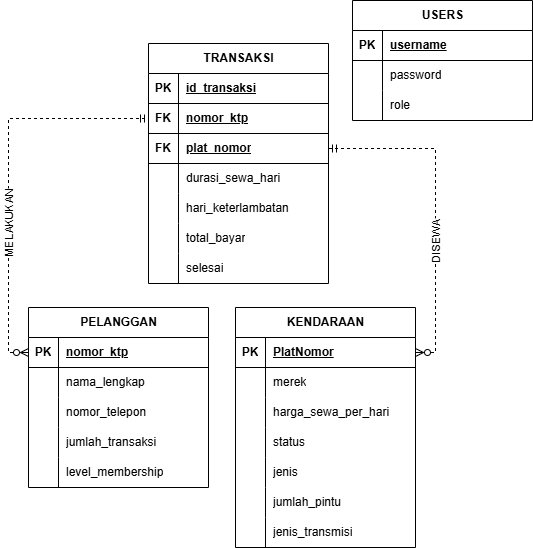
Earlier version of the draw.io export docs/erd/ERD_Tubes_PBO-ERD Logical.drawio.png (Axcelion017/TubesPBO_Kelompok1). Source tidied: cells renumbered, new cells last; positions are measured from the earlier drawing's top-left corner, leaving out a move shared by most shapes. Source of this version:
```xml
<mxGraphModel>
  <root>
    <mxCell id="0" />
    <mxCell id="1" parent="0" />
    <mxCell id="2" value="PELANGGAN" style="shape=table;startSize=30;rowLines=0;fontStyle=1;align=center;html=1;" parent="1" vertex="1">
      <mxGeometry y="307" width="180" height="180" as="geometry" />
    </mxCell>
    <mxCell id="3" style="shape=tableRow;horizontal=0;startSize=0;swimlaneHead=0;swimlaneBody=0;fillColor=none;points=[[0,0.5],[1,0.5]];portConstraint=eastwest;top=0;left=0;right=0;bottom=1;" parent="2" vertex="1">
      <mxGeometry y="30" width="180" height="30" as="geometry" />
    </mxCell>
    <mxCell id="4" value="PK" style="shape=partialRectangle;fillColor=none;top=0;left=0;bottom=0;right=0;fontStyle=1;overflow=hidden;whiteSpace=wrap;html=1;" parent="3" vertex="1">
      <mxGeometry width="30" height="30" as="geometry" />
    </mxCell>
    <mxCell id="5" value="nomor_ktp" style="shape=partialRectangle;fillColor=none;top=0;left=0;bottom=0;right=0;align=left;spacingLeft=6;fontStyle=5;overflow=hidden;whiteSpace=wrap;html=1;" parent="3" vertex="1">
      <mxGeometry x="30" width="150" height="30" as="geometry" />
    </mxCell>
    <mxCell id="6" style="shape=tableRow;horizontal=0;startSize=0;swimlaneHead=0;swimlaneBody=0;fillColor=none;top=0;left=0;right=0;bottom=0;" parent="2" vertex="1">
      <mxGeometry y="60" width="180" height="30" as="geometry" />
    </mxCell>
    <mxCell id="7" style="shape=partialRectangle;fillColor=none;top=0;left=0;bottom=0;right=0;overflow=hidden;whiteSpace=wrap;html=1;" parent="6" vertex="1">
      <mxGeometry width="30" height="30" as="geometry" />
    </mxCell>
    <mxCell id="8" value="nama_lengkap" style="shape=partialRectangle;fillColor=none;top=0;left=0;bottom=0;right=0;align=left;spacingLeft=6;overflow=hidden;whiteSpace=wrap;html=1;" parent="6" vertex="1">
      <mxGeometry x="30" width="150" height="30" as="geometry" />
    </mxCell>
    <mxCell id="9" style="shape=tableRow;horizontal=0;startSize=0;swimlaneHead=0;swimlaneBody=0;fillColor=none;top=0;left=0;right=0;bottom=0;" parent="2" vertex="1">
      <mxGeometry y="90" width="180" height="30" as="geometry" />
    </mxCell>
    <mxCell id="10" style="shape=partialRectangle;fillColor=none;top=0;left=0;bottom=0;right=0;overflow=hidden;whiteSpace=wrap;html=1;" parent="9" vertex="1">
      <mxGeometry width="30" height="30" as="geometry" />
    </mxCell>
    <mxCell id="11" value="nomor_telepon" style="shape=partialRectangle;fillColor=none;top=0;left=0;bottom=0;right=0;align=left;spacingLeft=6;overflow=hidden;whiteSpace=wrap;html=1;" parent="9" vertex="1">
      <mxGeometry x="30" width="150" height="30" as="geometry" />
    </mxCell>
    <mxCell id="12" style="shape=tableRow;horizontal=0;startSize=0;swimlaneHead=0;swimlaneBody=0;fillColor=none;top=0;left=0;right=0;bottom=0;" parent="2" vertex="1">
      <mxGeometry y="120" width="180" height="30" as="geometry" />
    </mxCell>
    <mxCell id="13" style="shape=partialRectangle;fillColor=none;top=0;left=0;bottom=0;right=0;overflow=hidden;whiteSpace=wrap;html=1;" parent="12" vertex="1">
      <mxGeometry width="30" height="30" as="geometry" />
    </mxCell>
    <mxCell id="14" value="jumlah_transaksi" style="shape=partialRectangle;fillColor=none;top=0;left=0;bottom=0;right=0;align=left;spacingLeft=6;overflow=hidden;whiteSpace=wrap;html=1;" parent="12" vertex="1">
      <mxGeometry x="30" width="150" height="30" as="geometry" />
    </mxCell>
    <mxCell id="15" style="shape=tableRow;horizontal=0;startSize=0;swimlaneHead=0;swimlaneBody=0;fillColor=none;top=0;left=0;right=0;bottom=0;" parent="2" vertex="1">
      <mxGeometry y="150" width="180" height="30" as="geometry" />
    </mxCell>
    <mxCell id="16" style="shape=partialRectangle;fillColor=none;top=0;left=0;bottom=0;right=0;overflow=hidden;whiteSpace=wrap;html=1;" parent="15" vertex="1">
      <mxGeometry width="30" height="30" as="geometry" />
    </mxCell>
    <mxCell id="17" value="level_membership" style="shape=partialRectangle;fillColor=none;top=0;left=0;bottom=0;right=0;align=left;spacingLeft=6;overflow=hidden;whiteSpace=wrap;html=1;" parent="15" vertex="1">
      <mxGeometry x="30" width="150" height="30" as="geometry" />
    </mxCell>
    <mxCell id="18" value="USERS" style="shape=table;startSize=30;rowLines=0;fontStyle=1;align=center;html=1;" parent="1" vertex="1">
      <mxGeometry x="324" width="180" height="120" as="geometry" />
    </mxCell>
    <mxCell id="19" style="shape=tableRow;horizontal=0;startSize=0;swimlaneHead=0;swimlaneBody=0;fillColor=none;top=0;left=0;right=0;bottom=1;" parent="18" vertex="1">
      <mxGeometry y="30" width="180" height="30" as="geometry" />
    </mxCell>
    <mxCell id="20" value="PK" style="shape=partialRectangle;fillColor=none;top=0;left=0;bottom=0;right=0;fontStyle=1;overflow=hidden;whiteSpace=wrap;html=1;" parent="19" vertex="1">
      <mxGeometry width="30" height="30" as="geometry" />
    </mxCell>
    <mxCell id="21" value="username" style="shape=partialRectangle;fillColor=none;top=0;left=0;bottom=0;right=0;align=left;spacingLeft=6;fontStyle=5;overflow=hidden;whiteSpace=wrap;html=1;" parent="19" vertex="1">
      <mxGeometry x="30" width="150" height="30" as="geometry" />
    </mxCell>
    <mxCell id="22" style="shape=tableRow;horizontal=0;startSize=0;swimlaneHead=0;swimlaneBody=0;fillColor=none;top=0;left=0;right=0;bottom=0;" parent="18" vertex="1">
      <mxGeometry y="60" width="180" height="30" as="geometry" />
    </mxCell>
    <mxCell id="23" style="shape=partialRectangle;fillColor=none;top=0;left=0;bottom=0;right=0;overflow=hidden;whiteSpace=wrap;html=1;" parent="22" vertex="1">
      <mxGeometry width="30" height="30" as="geometry" />
    </mxCell>
    <mxCell id="24" value="password" style="shape=partialRectangle;fillColor=none;top=0;left=0;bottom=0;right=0;align=left;spacingLeft=6;overflow=hidden;whiteSpace=wrap;html=1;" parent="22" vertex="1">
      <mxGeometry x="30" width="150" height="30" as="geometry" />
    </mxCell>
    <mxCell id="25" style="shape=tableRow;horizontal=0;startSize=0;swimlaneHead=0;swimlaneBody=0;fillColor=none;top=0;left=0;right=0;bottom=0;" parent="18" vertex="1">
      <mxGeometry y="90" width="180" height="30" as="geometry" />
    </mxCell>
    <mxCell id="26" style="shape=partialRectangle;fillColor=none;top=0;left=0;bottom=0;right=0;overflow=hidden;whiteSpace=wrap;html=1;" parent="25" vertex="1">
      <mxGeometry width="30" height="30" as="geometry" />
    </mxCell>
    <mxCell id="27" value="role" style="shape=partialRectangle;fillColor=none;top=0;left=0;bottom=0;right=0;align=left;spacingLeft=6;overflow=hidden;whiteSpace=wrap;html=1;" parent="25" vertex="1">
      <mxGeometry x="30" width="150" height="30" as="geometry" />
    </mxCell>
    <mxCell id="28" value="KENDARAAN" style="shape=table;startSize=30;rowLines=0;fontStyle=1;align=center;html=1;" parent="1" vertex="1">
      <mxGeometry x="207" y="307" width="180" height="240" as="geometry" />
    </mxCell>
    <mxCell id="29" style="shape=tableRow;horizontal=0;startSize=0;swimlaneHead=0;swimlaneBody=0;fillColor=none;points=[[0,0.5],[1,0.5]];portConstraint=eastwest;top=0;left=0;right=0;bottom=1;" parent="28" vertex="1">
      <mxGeometry y="30" width="180" height="30" as="geometry" />
    </mxCell>
    <mxCell id="30" value="PK" style="shape=partialRectangle;fillColor=none;top=0;left=0;bottom=0;right=0;fontStyle=1;overflow=hidden;whiteSpace=wrap;html=1;" parent="29" vertex="1">
      <mxGeometry width="30" height="30" as="geometry" />
    </mxCell>
    <mxCell id="31" value="PlatNomor" style="shape=partialRectangle;fillColor=none;top=0;left=0;bottom=0;right=0;align=left;spacingLeft=6;fontStyle=5;overflow=hidden;whiteSpace=wrap;html=1;" parent="29" vertex="1">
      <mxGeometry x="30" width="150" height="30" as="geometry" />
    </mxCell>
    <mxCell id="32" style="shape=tableRow;horizontal=0;startSize=0;swimlaneHead=0;swimlaneBody=0;fillColor=none;top=0;left=0;right=0;bottom=0;" parent="28" vertex="1">
      <mxGeometry y="60" width="180" height="30" as="geometry" />
    </mxCell>
    <mxCell id="33" style="shape=partialRectangle;fillColor=none;top=0;left=0;bottom=0;right=0;overflow=hidden;whiteSpace=wrap;html=1;" parent="32" vertex="1">
      <mxGeometry width="30" height="30" as="geometry" />
    </mxCell>
    <mxCell id="34" value="merek" style="shape=partialRectangle;fillColor=none;top=0;left=0;bottom=0;right=0;align=left;spacingLeft=6;overflow=hidden;whiteSpace=wrap;html=1;" parent="32" vertex="1">
      <mxGeometry x="30" width="150" height="30" as="geometry" />
    </mxCell>
    <mxCell id="35" style="shape=tableRow;horizontal=0;startSize=0;swimlaneHead=0;swimlaneBody=0;fillColor=none;top=0;left=0;right=0;bottom=0;" parent="28" vertex="1">
      <mxGeometry y="90" width="180" height="30" as="geometry" />
    </mxCell>
    <mxCell id="36" style="shape=partialRectangle;fillColor=none;top=0;left=0;bottom=0;right=0;overflow=hidden;whiteSpace=wrap;html=1;" parent="35" vertex="1">
      <mxGeometry width="30" height="30" as="geometry" />
    </mxCell>
    <mxCell id="37" value="harga_sewa_per_hari" style="shape=partialRectangle;fillColor=none;top=0;left=0;bottom=0;right=0;align=left;spacingLeft=6;overflow=hidden;whiteSpace=wrap;html=1;" parent="35" vertex="1">
      <mxGeometry x="30" width="150" height="30" as="geometry" />
    </mxCell>
    <mxCell id="38" style="shape=tableRow;horizontal=0;startSize=0;swimlaneHead=0;swimlaneBody=0;fillColor=none;top=0;left=0;right=0;bottom=0;" parent="28" vertex="1">
      <mxGeometry y="120" width="180" height="30" as="geometry" />
    </mxCell>
    <mxCell id="39" style="shape=partialRectangle;fillColor=none;top=0;left=0;bottom=0;right=0;overflow=hidden;whiteSpace=wrap;html=1;" parent="38" vertex="1">
      <mxGeometry width="30" height="30" as="geometry" />
    </mxCell>
    <mxCell id="40" value="status" style="shape=partialRectangle;fillColor=none;top=0;left=0;bottom=0;right=0;align=left;spacingLeft=6;overflow=hidden;whiteSpace=wrap;html=1;" parent="38" vertex="1">
      <mxGeometry x="30" width="150" height="30" as="geometry" />
    </mxCell>
    <mxCell id="41" style="shape=tableRow;horizontal=0;startSize=0;swimlaneHead=0;swimlaneBody=0;fillColor=none;top=0;left=0;right=0;bottom=0;" parent="28" vertex="1">
      <mxGeometry y="150" width="180" height="30" as="geometry" />
    </mxCell>
    <mxCell id="42" style="shape=partialRectangle;fillColor=none;top=0;left=0;bottom=0;right=0;overflow=hidden;whiteSpace=wrap;html=1;" parent="41" vertex="1">
      <mxGeometry width="30" height="30" as="geometry" />
    </mxCell>
    <mxCell id="43" value="jenis" style="shape=partialRectangle;fillColor=none;top=0;left=0;bottom=0;right=0;align=left;spacingLeft=6;overflow=hidden;whiteSpace=wrap;html=1;" parent="41" vertex="1">
      <mxGeometry x="30" width="150" height="30" as="geometry" />
    </mxCell>
    <mxCell id="44" style="shape=tableRow;horizontal=0;startSize=0;swimlaneHead=0;swimlaneBody=0;fillColor=none;top=0;left=0;right=0;bottom=0;" parent="28" vertex="1">
      <mxGeometry y="180" width="180" height="30" as="geometry" />
    </mxCell>
    <mxCell id="45" style="shape=partialRectangle;fillColor=none;top=0;left=0;bottom=0;right=0;overflow=hidden;whiteSpace=wrap;html=1;" parent="44" vertex="1">
      <mxGeometry width="30" height="30" as="geometry" />
    </mxCell>
    <mxCell id="46" value="jumlah_pintu" style="shape=partialRectangle;fillColor=none;top=0;left=0;bottom=0;right=0;align=left;spacingLeft=6;overflow=hidden;whiteSpace=wrap;html=1;" parent="44" vertex="1">
      <mxGeometry x="30" width="150" height="30" as="geometry" />
    </mxCell>
    <mxCell id="47" style="shape=tableRow;horizontal=0;startSize=0;swimlaneHead=0;swimlaneBody=0;fillColor=none;top=0;left=0;right=0;bottom=0;" parent="28" vertex="1">
      <mxGeometry y="210" width="180" height="30" as="geometry" />
    </mxCell>
    <mxCell id="48" style="shape=partialRectangle;fillColor=none;top=0;left=0;bottom=0;right=0;overflow=hidden;whiteSpace=wrap;html=1;" parent="47" vertex="1">
      <mxGeometry width="30" height="30" as="geometry" />
    </mxCell>
    <mxCell id="49" value="jenis_transmisi" style="shape=partialRectangle;fillColor=none;top=0;left=0;bottom=0;right=0;align=left;spacingLeft=6;overflow=hidden;whiteSpace=wrap;html=1;" parent="47" vertex="1">
      <mxGeometry x="30" width="150" height="30" as="geometry" />
    </mxCell>
    <mxCell id="50" value="TRANSAKSI" style="shape=table;startSize=30;rowLines=0;fontStyle=1;align=center;html=1;" parent="1" vertex="1">
      <mxGeometry x="120" y="43" width="180" height="240" as="geometry" />
    </mxCell>
    <mxCell id="51" style="shape=tableRow;horizontal=0;startSize=0;swimlaneHead=0;swimlaneBody=0;fillColor=none;top=0;left=0;right=0;bottom=1;" parent="50" vertex="1">
      <mxGeometry y="30" width="180" height="30" as="geometry" />
    </mxCell>
    <mxCell id="52" value="PK" style="shape=partialRectangle;fillColor=none;top=0;left=0;bottom=0;right=0;fontStyle=1;overflow=hidden;whiteSpace=wrap;html=1;" parent="51" vertex="1">
      <mxGeometry width="30" height="30" as="geometry" />
    </mxCell>
    <mxCell id="53" value="id_transaksi" style="shape=partialRectangle;fillColor=none;top=0;left=0;bottom=0;right=0;align=left;spacingLeft=6;fontStyle=5;overflow=hidden;whiteSpace=wrap;html=1;" parent="51" vertex="1">
      <mxGeometry x="30" width="150" height="30" as="geometry" />
    </mxCell>
    <mxCell id="54" style="shape=tableRow;horizontal=0;startSize=0;swimlaneHead=0;swimlaneBody=0;fillColor=none;points=[[0,0.5],[1,0.5]];portConstraint=eastwest;top=0;left=0;right=0;bottom=1;" parent="50" vertex="1">
      <mxGeometry y="60" width="180" height="30" as="geometry" />
    </mxCell>
    <mxCell id="55" value="FK" style="shape=partialRectangle;fillColor=none;top=0;left=0;bottom=0;right=0;fontStyle=1;overflow=hidden;whiteSpace=wrap;html=1;" parent="54" vertex="1">
      <mxGeometry width="30" height="30" as="geometry" />
    </mxCell>
    <mxCell id="56" value="nomor_ktp" style="shape=partialRectangle;fillColor=none;top=0;left=0;bottom=0;right=0;align=left;spacingLeft=6;fontStyle=5;overflow=hidden;whiteSpace=wrap;html=1;" parent="54" vertex="1">
      <mxGeometry x="30" width="150" height="30" as="geometry" />
    </mxCell>
    <mxCell id="57" style="shape=tableRow;horizontal=0;startSize=0;swimlaneHead=0;swimlaneBody=0;fillColor=none;points=[[0,0.5],[1,0.5]];portConstraint=eastwest;top=0;left=0;right=0;bottom=1;" parent="50" vertex="1">
      <mxGeometry y="90" width="180" height="30" as="geometry" />
    </mxCell>
    <mxCell id="58" value="FK" style="shape=partialRectangle;fillColor=none;top=0;left=0;bottom=0;right=0;fontStyle=1;overflow=hidden;whiteSpace=wrap;html=1;" parent="57" vertex="1">
      <mxGeometry width="30" height="30" as="geometry" />
    </mxCell>
    <mxCell id="59" value="plat_nomor" style="shape=partialRectangle;fillColor=none;top=0;left=0;bottom=0;right=0;align=left;spacingLeft=6;fontStyle=5;overflow=hidden;whiteSpace=wrap;html=1;" parent="57" vertex="1">
      <mxGeometry x="30" width="150" height="30" as="geometry" />
    </mxCell>
    <mxCell id="60" style="shape=tableRow;horizontal=0;startSize=0;swimlaneHead=0;swimlaneBody=0;fillColor=none;top=0;left=0;right=0;bottom=0;" parent="50" vertex="1">
      <mxGeometry y="120" width="180" height="30" as="geometry" />
    </mxCell>
    <mxCell id="61" style="shape=partialRectangle;fillColor=none;top=0;left=0;bottom=0;right=0;overflow=hidden;whiteSpace=wrap;html=1;" parent="60" vertex="1">
      <mxGeometry width="30" height="30" as="geometry" />
    </mxCell>
    <mxCell id="62" value="durasi_sewa_hari" style="shape=partialRectangle;fillColor=none;top=0;left=0;bottom=0;right=0;align=left;spacingLeft=6;overflow=hidden;whiteSpace=wrap;html=1;" parent="60" vertex="1">
      <mxGeometry x="30" width="150" height="30" as="geometry" />
    </mxCell>
    <mxCell id="63" style="shape=tableRow;horizontal=0;startSize=0;swimlaneHead=0;swimlaneBody=0;fillColor=none;top=0;left=0;right=0;bottom=0;" parent="50" vertex="1">
      <mxGeometry y="150" width="180" height="30" as="geometry" />
    </mxCell>
    <mxCell id="64" style="shape=partialRectangle;fillColor=none;top=0;left=0;bottom=0;right=0;overflow=hidden;whiteSpace=wrap;html=1;" parent="63" vertex="1">
      <mxGeometry width="30" height="30" as="geometry" />
    </mxCell>
    <mxCell id="65" value="hari_keterlambatan" style="shape=partialRectangle;fillColor=none;top=0;left=0;bottom=0;right=0;align=left;spacingLeft=6;overflow=hidden;whiteSpace=wrap;html=1;" parent="63" vertex="1">
      <mxGeometry x="30" width="150" height="30" as="geometry" />
    </mxCell>
    <mxCell id="66" style="shape=tableRow;horizontal=0;startSize=0;swimlaneHead=0;swimlaneBody=0;fillColor=none;top=0;left=0;right=0;bottom=0;" parent="50" vertex="1">
      <mxGeometry y="180" width="180" height="30" as="geometry" />
    </mxCell>
    <mxCell id="67" style="shape=partialRectangle;fillColor=none;top=0;left=0;bottom=0;right=0;overflow=hidden;whiteSpace=wrap;html=1;" parent="66" vertex="1">
      <mxGeometry width="30" height="30" as="geometry" />
    </mxCell>
    <mxCell id="68" value="total_bayar" style="shape=partialRectangle;fillColor=none;top=0;left=0;bottom=0;right=0;align=left;spacingLeft=6;overflow=hidden;whiteSpace=wrap;html=1;" parent="66" vertex="1">
      <mxGeometry x="30" width="150" height="30" as="geometry" />
    </mxCell>
    <mxCell id="69" style="shape=tableRow;horizontal=0;startSize=0;swimlaneHead=0;swimlaneBody=0;fillColor=none;top=0;left=0;right=0;bottom=0;" parent="50" vertex="1">
      <mxGeometry y="210" width="180" height="30" as="geometry" />
    </mxCell>
    <mxCell id="70" style="shape=partialRectangle;fillColor=none;top=0;left=0;bottom=0;right=0;overflow=hidden;whiteSpace=wrap;html=1;" parent="69" vertex="1">
      <mxGeometry width="30" height="30" as="geometry" />
    </mxCell>
    <mxCell id="71" value="selesai" style="shape=partialRectangle;fillColor=none;top=0;left=0;bottom=0;right=0;align=left;spacingLeft=6;overflow=hidden;whiteSpace=wrap;html=1;" parent="69" vertex="1">
      <mxGeometry x="30" width="150" height="30" as="geometry" />
    </mxCell>
    <mxCell id="72" style="rounded=0;jettySize=auto;html=1;startArrow=ERzeroToMany;startFill=0;endArrow=ERmandOne;endFill=0;dashed=1;entryX=1;entryY=0.5;entryDx=0;entryDy=0;exitX=1;exitY=0.5;exitDx=0;exitDy=0;edgeStyle=orthogonalEdgeStyle;" parent="1" edge="1" source="29" target="57">
      <mxGeometry relative="1" as="geometry" />
    </mxCell>
    <mxCell id="73" value="DISEWA" style="edgeLabel;html=1;align=center;verticalAlign=middle;rotation=270;" parent="72" vertex="1">
      <mxGeometry x="-0.1" y="3" relative="1" as="geometry">
        <mxPoint x="3" y="18" as="offset" />
      </mxGeometry>
    </mxCell>
    <mxCell id="74" style="rounded=0;jettySize=auto;html=1;startArrow=ERzeroToMany;startFill=0;endArrow=ERmandOne;endFill=0;dashed=1;entryX=0;entryY=0.5;entryDx=0;entryDy=0;exitX=0;exitY=0.5;exitDx=0;exitDy=0;edgeStyle=orthogonalEdgeStyle;" parent="1" edge="1" source="3" target="54">
      <mxGeometry relative="1" as="geometry" />
    </mxCell>
    <mxCell id="75" value="MELAKUKAN" style="edgeLabel;html=1;align=center;verticalAlign=middle;rotation=270;" parent="74" vertex="1">
      <mxGeometry x="-0.04" y="1" relative="1" as="geometry">
        <mxPoint x="1" y="40" as="offset" />
      </mxGeometry>
    </mxCell>
  </root>
</mxGraphModel>
```
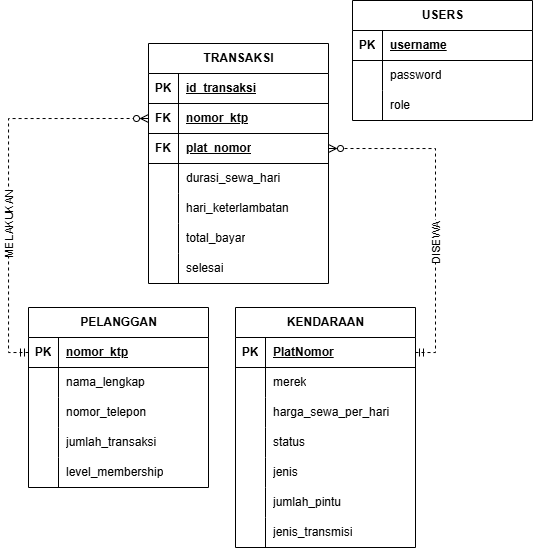
The same file after the commit.

Diff of the diagram source:
```diff
@@ -212,7 +212,7 @@
     <mxCell id="71" value="selesai" style="shape=partialRectangle;fillColor=none;top=0;left=0;bottom=0;right=0;align=left;spacingLeft=6;overflow=hidden;whiteSpace=wrap;html=1;" parent="69" vertex="1">
       <mxGeometry x="30" width="150" height="30" as="geometry" />
     </mxCell>
-    <mxCell id="72" style="rounded=0;jettySize=auto;html=1;startArrow=ERzeroToMany;startFill=0;endArrow=ERmandOne;endFill=0;dashed=1;entryX=1;entryY=0.5;entryDx=0;entryDy=0;exitX=1;exitY=0.5;exitDx=0;exitDy=0;edgeStyle=orthogonalEdgeStyle;" parent="1" edge="1" source="29" target="57">
+    <mxCell id="72" style="rounded=0;jettySize=auto;html=1;startArrow=ERmandOne;startFill=0;endArrow=ERzeroToMany;endFill=0;dashed=1;entryX=1;entryY=0.5;entryDx=0;entryDy=0;exitX=1;exitY=0.5;exitDx=0;exitDy=0;edgeStyle=orthogonalEdgeStyle;" parent="1" edge="1" source="29" target="57">
       <mxGeometry relative="1" as="geometry" />
     </mxCell>
     <mxCell id="73" value="DISEWA" style="edgeLabel;html=1;align=center;verticalAlign=middle;rotation=270;" parent="72" vertex="1">
@@ -220,7 +220,7 @@
         <mxPoint x="3" y="18" as="offset" />
       </mxGeometry>
     </mxCell>
-    <mxCell id="74" style="rounded=0;jettySize=auto;html=1;startArrow=ERzeroToMany;startFill=0;endArrow=ERmandOne;endFill=0;dashed=1;entryX=0;entryY=0.5;entryDx=0;entryDy=0;exitX=0;exitY=0.5;exitDx=0;exitDy=0;edgeStyle=orthogonalEdgeStyle;" parent="1" edge="1" source="3" target="54">
+    <mxCell id="74" style="rounded=0;jettySize=auto;html=1;startArrow=ERmandOne;startFill=0;endArrow=ERzeroToMany;endFill=0;dashed=1;entryX=0;entryY=0.5;entryDx=0;entryDy=0;exitX=0;exitY=0.5;exitDx=0;exitDy=0;edgeStyle=orthogonalEdgeStyle;" parent="1" edge="1" source="3" target="54">
       <mxGeometry relative="1" as="geometry" />
     </mxCell>
     <mxCell id="75" value="MELAKUKAN" style="edgeLabel;html=1;align=center;verticalAlign=middle;rotation=270;" parent="74" vertex="1">
```
